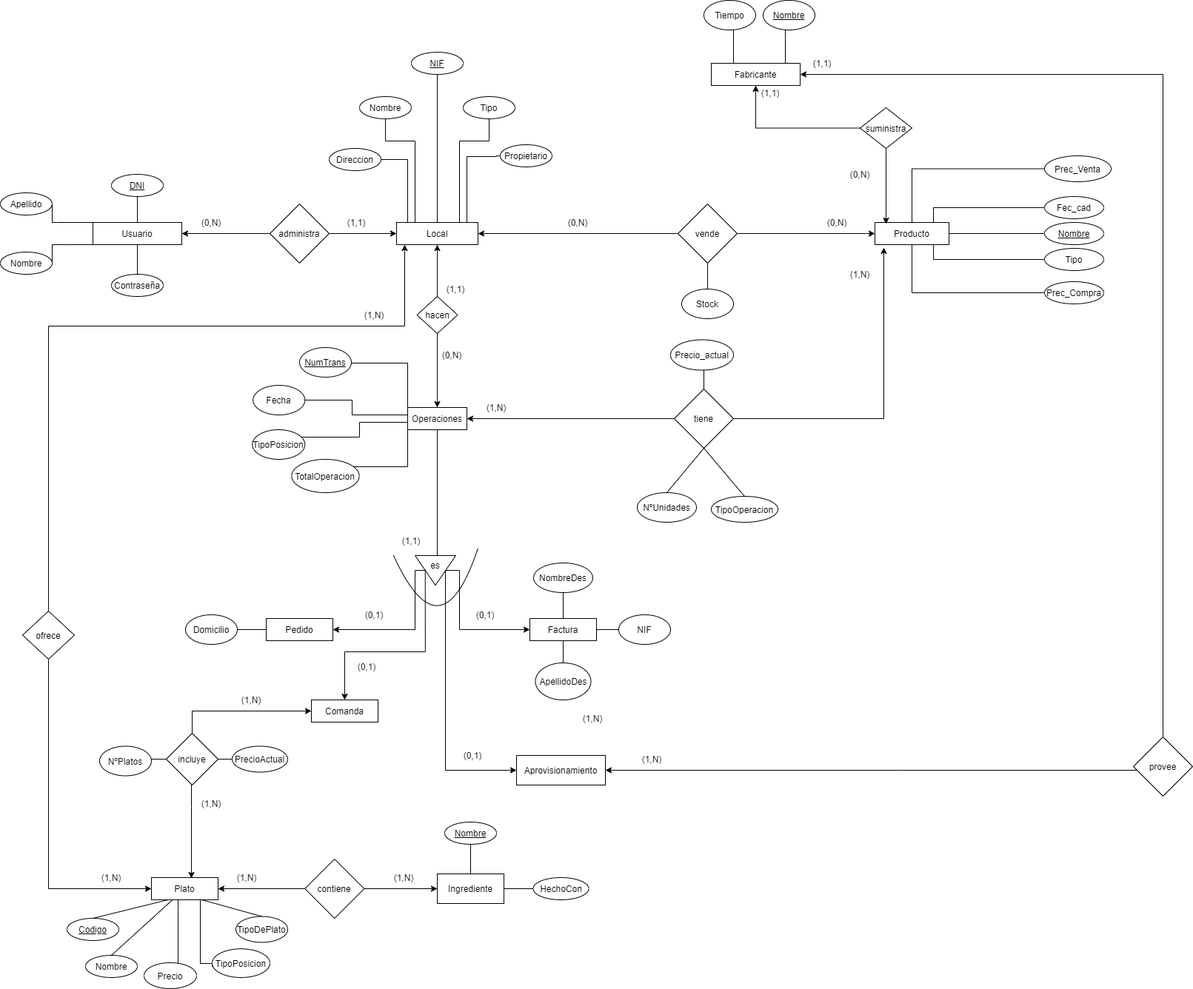
Earlier version of the draw.io export Entidad-Relacion 0.1.png (oier-elorrieta/R4DB). Source tidied: cells renumbered, new cells last; positions are measured from the earlier drawing's top-left corner, leaving out a move shared by most shapes.
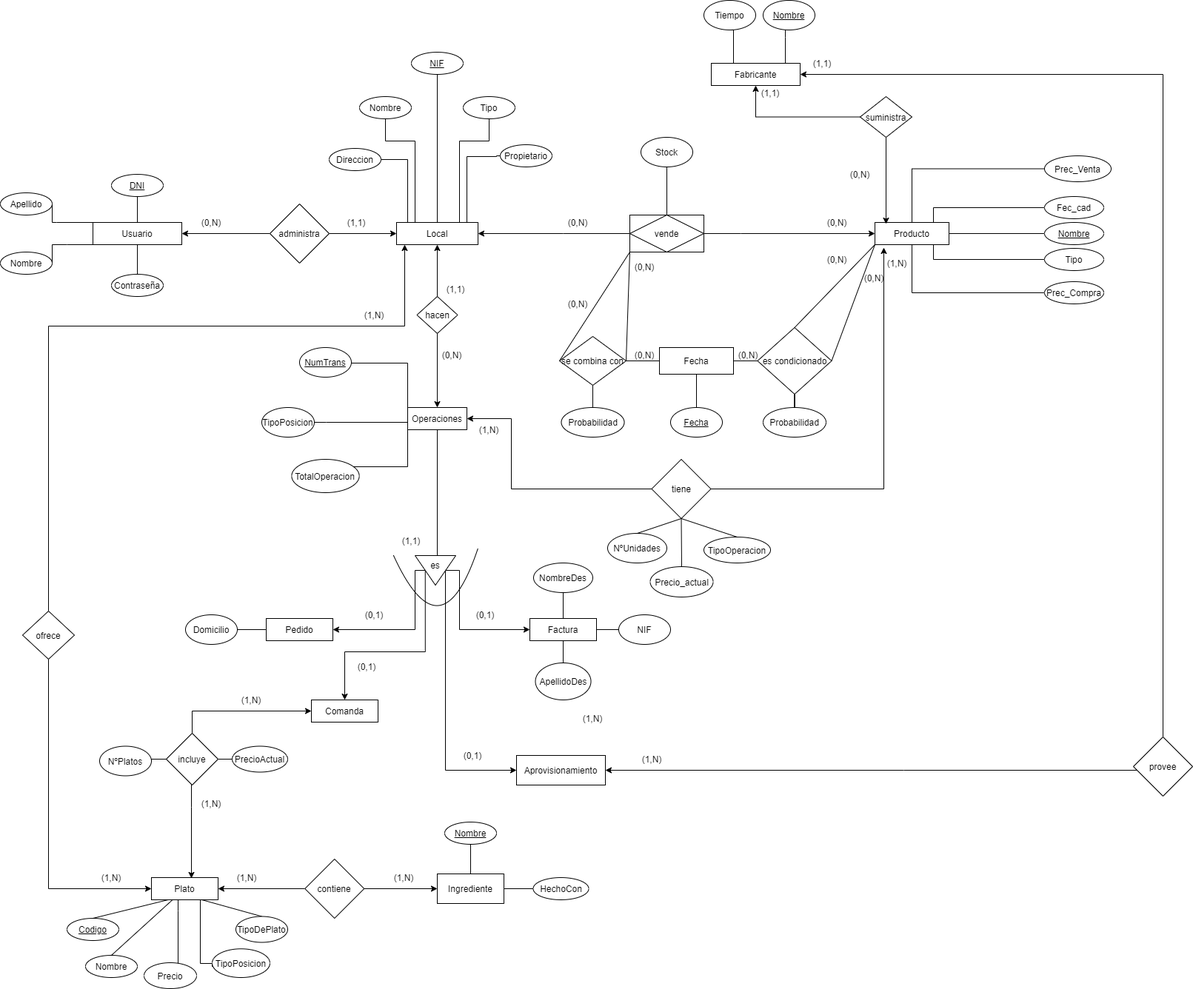
After the commit.

The edit, as a diff of the source:
```diff
@@ -2,6 +2,14 @@
   <root>
     <mxCell id="0" />
     <mxCell id="1" parent="0" />
+    <mxCell id="148" style="rounded=0;jettySize=auto;html=1;endArrow=none;endFill=0;entryX=0;entryY=0.5;entryDx=0;entryDy=0;" parent="1" edge="1" target="154">
+      <mxGeometry relative="1" as="geometry">
+        <mxPoint x="850" y="340" as="sourcePoint" />
+      </mxGeometry>
+    </mxCell>
+    <mxCell id="149" style="rounded=0;whiteSpace=wrap;html=1;" parent="1" vertex="1">
+      <mxGeometry x="850" y="290" width="100" height="50" as="geometry" />
+    </mxCell>
     <mxCell id="2" value="Nombre" style="ellipse;whiteSpace=wrap;html=1;" parent="1" vertex="1">
       <mxGeometry y="340" width="70" height="30" as="geometry" />
     </mxCell>
@@ -135,23 +143,25 @@
     <mxCell id="31" value="Producto" style="rounded=0;whiteSpace=wrap;html=1;glass=0;shadow=0;sketch=0;" parent="1" vertex="1">
       <mxGeometry x="1181" y="300" width="100" height="30" as="geometry" />
     </mxCell>
-    <mxCell id="32" style="edgeStyle=orthogonalEdgeStyle;rounded=0;jettySize=auto;html=1;entryX=0;entryY=0.5;entryDx=0;entryDy=0;" parent="1" edge="1" source="35" target="31">
+    <mxCell id="32" style="edgeStyle=orthogonalEdgeStyle;rounded=0;jettySize=auto;html=1;entryX=0;entryY=0.5;entryDx=0;entryDy=0;exitX=1;exitY=0.5;exitDx=0;exitDy=0;" parent="1" edge="1" source="35" target="31">
       <mxGeometry relative="1" as="geometry">
         <Array as="points">
-          <mxPoint x="1170" y="315" />
-          <mxPoint x="1170" y="315" />
+          <mxPoint x="1000" y="315" />
+          <mxPoint x="1000" y="315" />
         </Array>
       </mxGeometry>
     </mxCell>
-    <mxCell id="33" style="edgeStyle=orthogonalEdgeStyle;rounded=0;jettySize=auto;html=1;entryX=1;entryY=0.5;entryDx=0;entryDy=0;startArrow=none;startFill=0;endArrow=classic;endFill=1;" parent="1" edge="1" source="35" target="18">
-      <mxGeometry relative="1" as="geometry" />
+    <mxCell id="33" style="edgeStyle=orthogonalEdgeStyle;rounded=0;jettySize=auto;html=1;entryX=1;entryY=0.5;entryDx=0;entryDy=0;startArrow=none;startFill=0;endArrow=classic;endFill=1;exitX=0;exitY=0.5;exitDx=0;exitDy=0;" parent="1" edge="1" source="35" target="18">
+      <mxGeometry relative="1" as="geometry">
+        <Array as="points">
+          <mxPoint x="760" y="315" />
+          <mxPoint x="760" y="315" />
+        </Array>
+      </mxGeometry>
     </mxCell>
-    <mxCell id="34" style="edgeStyle=orthogonalEdgeStyle;rounded=0;jettySize=auto;html=1;exitX=0.5;exitY=1;exitDx=0;exitDy=0;endArrow=none;endFill=0;" parent="1" edge="1" source="35" target="87">
+    <mxCell id="34" style="rounded=0;jettySize=auto;html=1;exitX=0.5;exitY=0;exitDx=0;exitDy=0;entryX=0.5;entryY=1;entryDx=0;entryDy=0;endArrow=none;endFill=0;" parent="1" edge="1" source="35" target="87">
       <mxGeometry relative="1" as="geometry" />
     </mxCell>
-    <mxCell id="35" value="vende" style="rhombus;whiteSpace=wrap;html=1;rounded=0;shadow=0;glass=0;sketch=0;" parent="1" vertex="1">
-      <mxGeometry x="915" y="275" width="80" height="80" as="geometry" />
-    </mxCell>
     <mxCell id="36" value="(0,N)" style="text;html=1;strokeColor=none;fillColor=none;align=center;verticalAlign=middle;whiteSpace=wrap;rounded=0;shadow=0;glass=0;sketch=0;" parent="1" vertex="1">
       <mxGeometry x="760" y="290" width="40" height="20" as="geometry" />
     </mxCell>
@@ -211,8 +221,8 @@
     <mxCell id="51" style="edgeStyle=orthogonalEdgeStyle;rounded=0;jettySize=auto;html=1;endArrow=none;endFill=0;" parent="1" edge="1" source="52" target="144">
       <mxGeometry relative="1" as="geometry">
         <Array as="points">
-          <mxPoint x="485" y="570" />
-          <mxPoint x="485" y="590" />
+          <mxPoint x="440" y="570" />
+          <mxPoint x="440" y="570" />
         </Array>
       </mxGeometry>
     </mxCell>
@@ -240,7 +250,7 @@
       <mxGeometry x="393.4" y="620" width="91.2" height="45" as="geometry" />
     </mxCell>
     <mxCell id="58" value="Precio_actual" style="ellipse;whiteSpace=wrap;html=1;" parent="1" vertex="1">
-      <mxGeometry x="905" y="458.5" width="85" height="41" as="geometry" />
+      <mxGeometry x="877.5" y="765" width="85" height="41" as="geometry" />
     </mxCell>
     <mxCell id="59" style="edgeStyle=orthogonalEdgeStyle;rounded=0;jettySize=auto;html=1;exitX=0.5;exitY=1;exitDx=0;exitDy=0;entryX=1;entryY=0.5;entryDx=0;entryDy=0;" parent="1" edge="1" source="63" target="68">
       <mxGeometry relative="1" as="geometry">
@@ -338,17 +348,6 @@
     <mxCell id="80" value="&lt;u&gt;NumTrans&lt;/u&gt;" style="ellipse;whiteSpace=wrap;html=1;direction=west;" parent="1" vertex="1">
       <mxGeometry x="404" y="469" width="70" height="40" as="geometry" />
     </mxCell>
-    <mxCell id="81" style="edgeStyle=orthogonalEdgeStyle;rounded=0;jettySize=auto;html=1;exitX=1;exitY=0.5;exitDx=0;exitDy=0;startArrow=none;startFill=0;endArrow=none;endFill=0;" parent="1" edge="1" source="82">
-      <mxGeometry relative="1" as="geometry">
-        <mxPoint x="550" y="560" as="targetPoint" />
-        <Array as="points">
-          <mxPoint x="475" y="560" />
-        </Array>
-      </mxGeometry>
-    </mxCell>
-    <mxCell id="82" value="Fecha" style="ellipse;whiteSpace=wrap;html=1;" parent="1" vertex="1">
-      <mxGeometry x="341.2" y="520" width="70" height="40" as="geometry" />
-    </mxCell>
     <mxCell id="83" style="edgeStyle=orthogonalEdgeStyle;rounded=0;jettySize=auto;html=1;exitX=0.5;exitY=1;exitDx=0;exitDy=0;endArrow=none;endFill=0;entryX=0;entryY=0.5;entryDx=0;entryDy=0;" parent="1" edge="1" source="52" target="63">
       <mxGeometry relative="1" as="geometry">
         <Array as="points">
@@ -363,36 +362,39 @@
       <mxGeometry relative="1" as="geometry" />
     </mxCell>
     <mxCell id="86" value="suministra" style="rhombus;whiteSpace=wrap;html=1;" parent="1" vertex="1">
-      <mxGeometry x="1161" y="145" width="70" height="55" as="geometry" />
+      <mxGeometry x="1161" y="130" width="70" height="55" as="geometry" />
     </mxCell>
     <mxCell id="87" value="Stock" style="ellipse;whiteSpace=wrap;html=1;" parent="1" vertex="1">
-      <mxGeometry x="920" y="390" width="70" height="40" as="geometry" />
+      <mxGeometry x="865" y="185" width="70" height="40" as="geometry" />
     </mxCell>
     <mxCell id="88" value="(0,N)" style="text;html=1;strokeColor=none;fillColor=none;align=center;verticalAlign=middle;whiteSpace=wrap;rounded=0;shadow=0;glass=0;sketch=0;" parent="1" vertex="1">
       <mxGeometry x="1141" y="225" width="40" height="20" as="geometry" />
     </mxCell>
     <mxCell id="89" style="edgeStyle=orthogonalEdgeStyle;rounded=0;jettySize=auto;html=1;exitX=0;exitY=0.5;exitDx=0;exitDy=0;entryX=1;entryY=0.5;entryDx=0;entryDy=0;startArrow=none;startFill=0;endArrow=classic;endFill=1;" parent="1" edge="1" source="91" target="52">
-      <mxGeometry relative="1" as="geometry" />
+      <mxGeometry relative="1" as="geometry">
+        <Array as="points">
+          <mxPoint x="690" y="660" />
+          <mxPoint x="690" y="565" />
+        </Array>
+      </mxGeometry>
     </mxCell>
     <mxCell id="90" style="edgeStyle=orthogonalEdgeStyle;rounded=0;jettySize=auto;html=1;exitX=1;exitY=0.5;exitDx=0;exitDy=0;entryX=0.12;entryY=1.133;entryDx=0;entryDy=0;entryPerimeter=0;startArrow=none;startFill=0;endArrow=classic;endFill=1;" parent="1" edge="1" source="91" target="31">
       <mxGeometry relative="1" as="geometry" />
     </mxCell>
     <mxCell id="91" value="tiene" style="rhombus;whiteSpace=wrap;html=1;rounded=0;shadow=0;glass=0;sketch=0;" parent="1" vertex="1">
-      <mxGeometry x="910" y="525" width="80" height="80" as="geometry" />
+      <mxGeometry x="879.5" y="620" width="80" height="80" as="geometry" />
     </mxCell>
     <mxCell id="92" value="(1,N)" style="text;html=1;strokeColor=none;fillColor=none;align=center;verticalAlign=middle;whiteSpace=wrap;rounded=0;" parent="1" vertex="1">
-      <mxGeometry x="1141" y="360" width="40" height="20" as="geometry" />
+      <mxGeometry x="1191" y="345" width="40" height="20" as="geometry" />
     </mxCell>
     <mxCell id="93" value="(1,N)" style="text;html=1;strokeColor=none;fillColor=none;align=center;verticalAlign=middle;whiteSpace=wrap;rounded=0;" parent="1" vertex="1">
-      <mxGeometry x="650" y="540" width="40" height="20" as="geometry" />
+      <mxGeometry x="640" y="570" width="40" height="20" as="geometry" />
     </mxCell>
     <mxCell id="94" value="NºUnidades" style="ellipse;whiteSpace=wrap;html=1;" parent="1" vertex="1">
-      <mxGeometry x="860" y="665" width="80" height="40" as="geometry" />
+      <mxGeometry x="820" y="720" width="80" height="40" as="geometry" />
     </mxCell>
-    <mxCell id="95" style="endArrow=none;html=1;exitX=0.5;exitY=0;exitDx=0;exitDy=0;entryX=0.5;entryY=1;entryDx=0;entryDy=0;" parent="1" edge="1" source="91">
-      <mxGeometry relative="1" as="geometry">
-        <mxPoint x="950" y="499" as="targetPoint" />
-      </mxGeometry>
+    <mxCell id="95" style="endArrow=none;html=1;entryX=0.5;entryY=0;entryDx=0;entryDy=0;exitX=0.5;exitY=1;exitDx=0;exitDy=0;" parent="1" edge="1" source="91" target="58">
+      <mxGeometry relative="1" as="geometry" />
     </mxCell>
     <mxCell id="96" value="Aprovisionamiento" style="rounded=0;whiteSpace=wrap;html=1;" parent="1" vertex="1">
       <mxGeometry x="697" y="1020" width="120" height="40" as="geometry" />
@@ -580,16 +582,82 @@
       <mxGeometry x="286" y="1281.2" width="78" height="38.8" as="geometry" />
     </mxCell>
     <mxCell id="144" value="TipoPosicion" style="ellipse;whiteSpace=wrap;html=1;" parent="1" vertex="1">
-      <mxGeometry x="340.2" y="580" width="71" height="40" as="geometry" />
+      <mxGeometry x="353" y="550" width="71" height="40" as="geometry" />
     </mxCell>
     <mxCell id="145" style="endArrow=none;html=1;exitX=0.5;exitY=1;exitDx=0;exitDy=0;entryX=0.5;entryY=0;entryDx=0;entryDy=0;" parent="1" edge="1" source="91" target="146">
       <mxGeometry relative="1" as="geometry" />
     </mxCell>
     <mxCell id="146" value="TipoOperacion" style="ellipse;whiteSpace=wrap;html=1;" parent="1" vertex="1">
-      <mxGeometry x="960" y="670" width="90" height="35" as="geometry" />
+      <mxGeometry x="950" y="725" width="90" height="35" as="geometry" />
     </mxCell>
     <mxCell id="147" style="endArrow=none;html=1;exitX=0.5;exitY=0;exitDx=0;exitDy=0;entryX=0.5;entryY=1;entryDx=0;entryDy=0;" parent="1" edge="1" source="94" target="91">
       <mxGeometry relative="1" as="geometry" />
     </mxCell>
+    <mxCell id="35" value="vende" style="rhombus;whiteSpace=wrap;html=1;" parent="1" vertex="1">
+      <mxGeometry x="850" y="290" width="100" height="50" as="geometry" />
+    </mxCell>
+    <mxCell id="150" value="(0,N)" style="text;html=1;strokeColor=none;fillColor=none;align=center;verticalAlign=middle;whiteSpace=wrap;rounded=0;shadow=0;glass=0;sketch=0;" parent="1" vertex="1">
+      <mxGeometry x="1160" y="365" width="40" height="20" as="geometry" />
+    </mxCell>
+    <mxCell id="151" style="rounded=0;jettySize=auto;html=1;endArrow=none;endFill=0;entryX=0;entryY=1;entryDx=0;entryDy=0;exitX=1;exitY=0.5;exitDx=0;exitDy=0;" parent="1" edge="1" source="154" target="149">
+      <mxGeometry relative="1" as="geometry" />
+    </mxCell>
+    <mxCell id="152" style="edgeStyle=none;rounded=0;jettySize=auto;html=1;entryX=0;entryY=0.5;entryDx=0;entryDy=0;endArrow=none;endFill=0;exitX=1;exitY=0.5;exitDx=0;exitDy=0;" parent="1" edge="1" source="154" target="155">
+      <mxGeometry relative="1" as="geometry" />
+    </mxCell>
+    <mxCell id="153" style="edgeStyle=orthogonalEdgeStyle;rounded=0;jettySize=auto;html=1;endArrow=none;endFill=0;" parent="1" edge="1" source="154" target="162">
+      <mxGeometry relative="1" as="geometry" />
+    </mxCell>
+    <mxCell id="154" value="se combina con" style="rhombus;whiteSpace=wrap;html=1;" parent="1" vertex="1">
+      <mxGeometry x="755" y="454" width="90" height="66" as="geometry" />
+    </mxCell>
+    <mxCell id="155" value="Fecha" style="rounded=0;whiteSpace=wrap;html=1;" parent="1" vertex="1">
+      <mxGeometry x="890" y="469" width="100" height="36" as="geometry" />
+    </mxCell>
+    <mxCell id="156" style="edgeStyle=none;rounded=0;jettySize=auto;html=1;entryX=0.5;entryY=1;entryDx=0;entryDy=0;endArrow=none;endFill=0;" parent="1" edge="1" source="157" target="155">
+      <mxGeometry relative="1" as="geometry" />
+    </mxCell>
+    <mxCell id="157" value="&lt;u&gt;Fecha&lt;/u&gt;" style="ellipse;whiteSpace=wrap;html=1;" parent="1" vertex="1">
+      <mxGeometry x="905" y="550" width="70" height="40" as="geometry" />
+    </mxCell>
+    <mxCell id="158" style="edgeStyle=none;rounded=0;jettySize=auto;html=1;endArrow=none;endFill=0;" parent="1" edge="1" source="161" target="155">
+      <mxGeometry relative="1" as="geometry" />
+    </mxCell>
+    <mxCell id="159" style="edgeStyle=none;rounded=0;jettySize=auto;html=1;entryX=0;entryY=1;entryDx=0;entryDy=0;endArrow=none;endFill=0;exitX=1;exitY=0.5;exitDx=0;exitDy=0;" parent="1" edge="1" source="161" target="31">
+      <mxGeometry relative="1" as="geometry" />
+    </mxCell>
+    <mxCell id="160" style="edgeStyle=orthogonalEdgeStyle;rounded=0;jettySize=auto;html=1;entryX=0.5;entryY=0;entryDx=0;entryDy=0;endArrow=none;endFill=0;" parent="1" edge="1" source="161" target="163">
+      <mxGeometry relative="1" as="geometry" />
+    </mxCell>
+    <mxCell id="161" value="es condicionado" style="rhombus;whiteSpace=wrap;html=1;" parent="1" vertex="1">
+      <mxGeometry x="1022.5" y="442" width="100" height="90" as="geometry" />
+    </mxCell>
+    <mxCell id="162" value="Probabilidad" style="ellipse;whiteSpace=wrap;html=1;" parent="1" vertex="1">
+      <mxGeometry x="757.5" y="550" width="85" height="40" as="geometry" />
+    </mxCell>
+    <mxCell id="163" value="Probabilidad" style="ellipse;whiteSpace=wrap;html=1;" parent="1" vertex="1">
+      <mxGeometry x="1030" y="550" width="85" height="40" as="geometry" />
+    </mxCell>
+    <mxCell id="164" style="edgeStyle=orthogonalEdgeStyle;rounded=0;orthogonalLoop=1;jettySize=auto;html=1;exitX=0.5;exitY=1;exitDx=0;exitDy=0;" parent="1" edge="1" source="163" target="163">
+      <mxGeometry relative="1" as="geometry" />
+    </mxCell>
+    <mxCell id="165" style="edgeStyle=none;rounded=0;jettySize=auto;html=1;entryX=0;entryY=1;entryDx=0;entryDy=0;endArrow=none;endFill=0;exitX=0.5;exitY=0;exitDx=0;exitDy=0;" parent="1" edge="1" source="161" target="31">
+      <mxGeometry relative="1" as="geometry" />
+    </mxCell>
+    <mxCell id="166" value="(0,N)" style="text;html=1;strokeColor=none;fillColor=none;align=center;verticalAlign=middle;whiteSpace=wrap;rounded=0;shadow=0;glass=0;sketch=0;" parent="1" vertex="1">
+      <mxGeometry x="760" y="400" width="40" height="20" as="geometry" />
+    </mxCell>
+    <mxCell id="167" value="(0,N)" style="text;html=1;strokeColor=none;fillColor=none;align=center;verticalAlign=middle;whiteSpace=wrap;rounded=0;shadow=0;glass=0;sketch=0;" parent="1" vertex="1">
+      <mxGeometry x="850" y="469" width="40" height="20" as="geometry" />
+    </mxCell>
+    <mxCell id="168" value="(0,N)" style="text;html=1;strokeColor=none;fillColor=none;align=center;verticalAlign=middle;whiteSpace=wrap;rounded=0;shadow=0;glass=0;sketch=0;" parent="1" vertex="1">
+      <mxGeometry x="850" y="350" width="40" height="20" as="geometry" />
+    </mxCell>
+    <mxCell id="169" value="(0,N)" style="text;html=1;strokeColor=none;fillColor=none;align=center;verticalAlign=middle;whiteSpace=wrap;rounded=0;shadow=0;glass=0;sketch=0;" parent="1" vertex="1">
+      <mxGeometry x="1110" y="340" width="40" height="20" as="geometry" />
+    </mxCell>
+    <mxCell id="170" value="(0,N)" style="text;html=1;strokeColor=none;fillColor=none;align=center;verticalAlign=middle;whiteSpace=wrap;rounded=0;shadow=0;glass=0;sketch=0;" parent="1" vertex="1">
+      <mxGeometry x="990" y="469" width="40" height="20" as="geometry" />
+    </mxCell>
   </root>
 </mxGraphModel>
```
